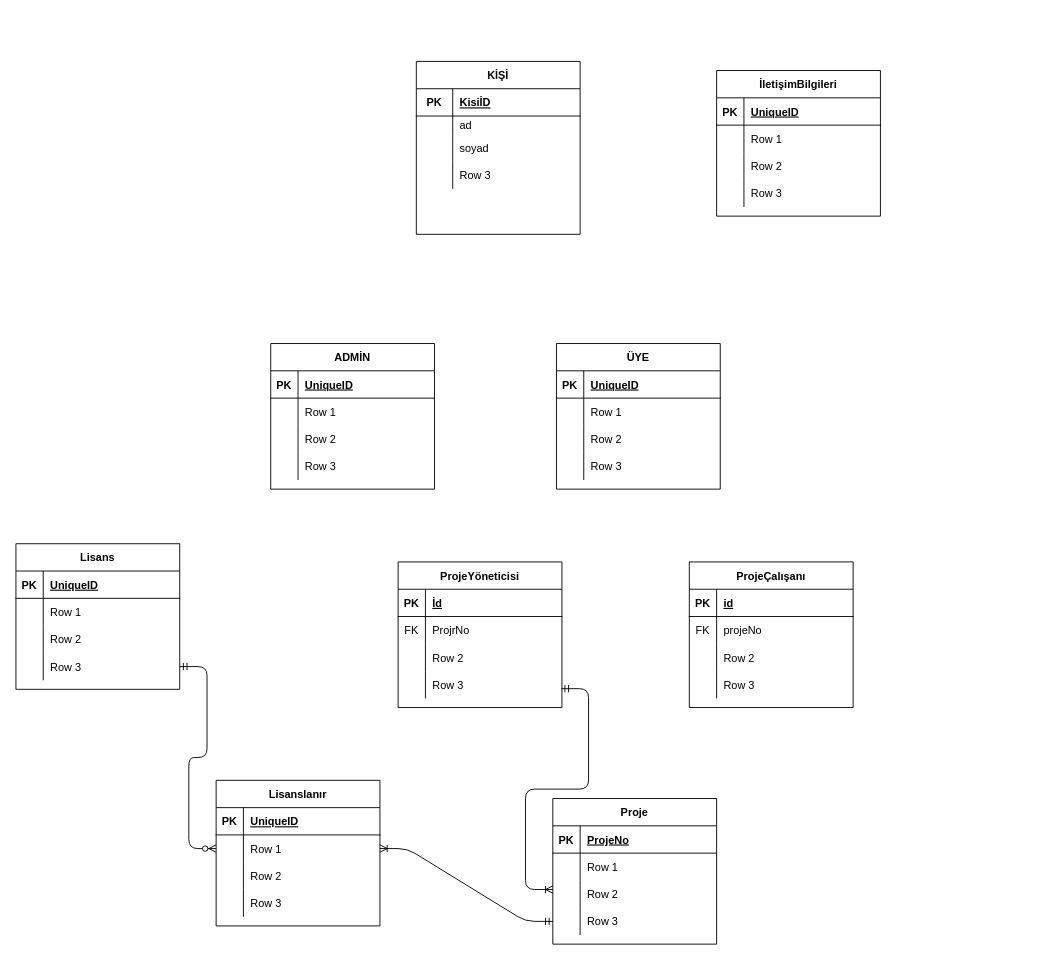
Above: Semboller/Untitled Diagram.drawio in derleyici/DatabaseManagementSystems (draw.io), before the change. Source tidied: cells renumbered, new cells numbered last; positions are measured from the earlier drawing's top-left corner, leaving out a move shared by most shapes. Both pictures are drawn from the tidied source at 91%, with x=0, y=0 at pixel (15, 61).
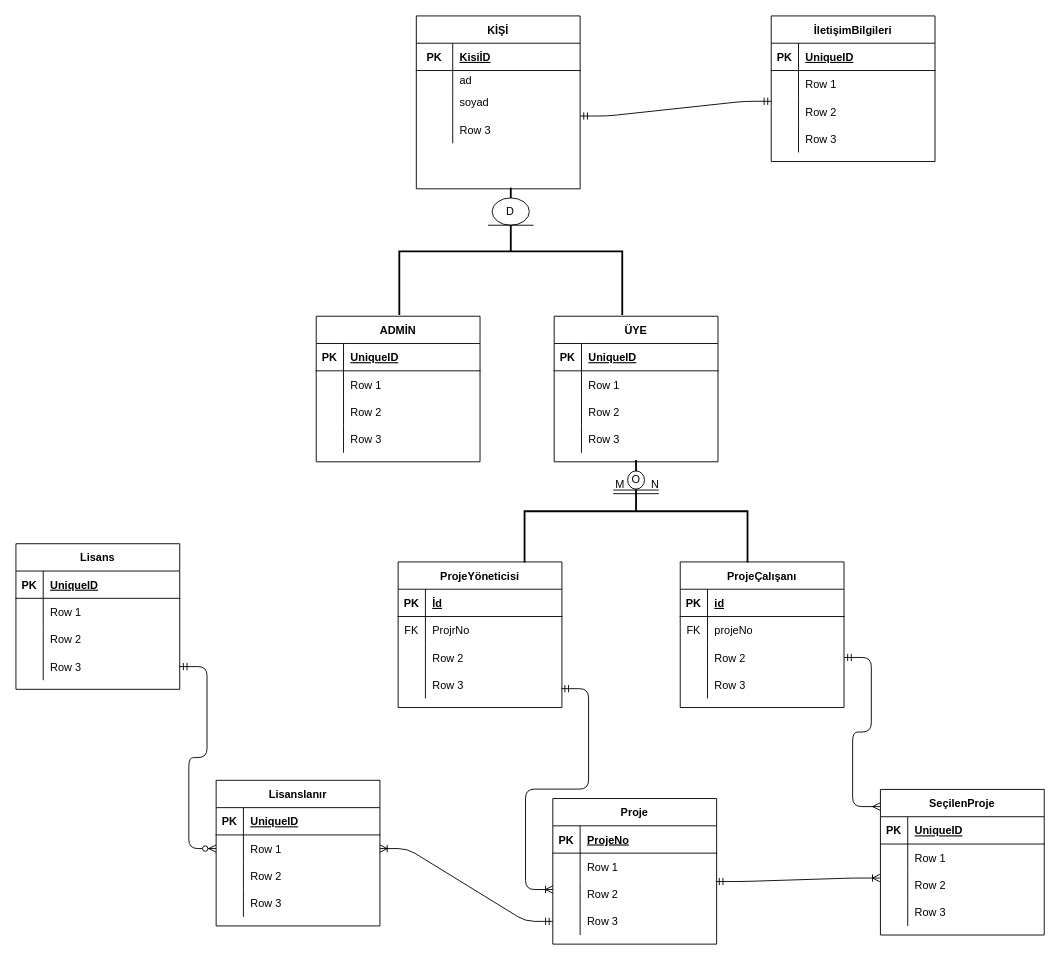
Above is the later version.

Unchanged cells that the change refers to:
```xml
<mxCell id="61" style="shape=partialRectangle;fillColor=none;top=0;left=0;bottom=0;right=0;points=[[0,0.5],[1,0.5]];portConstraint=eastwest;" parent="54" vertex="1">
  <mxGeometry y="90" width="180" height="30" as="geometry" />
</mxCell>
<mxCell id="74" style="shape=partialRectangle;fillColor=none;top=0;left=0;bottom=0;right=0;points=[[0,0.5],[1,0.5]];portConstraint=eastwest;" parent="67" vertex="1">
  <mxGeometry y="90" width="180" height="30" as="geometry" />
</mxCell>
<mxCell id="87" style="shape=partialRectangle;fillColor=none;top=0;left=0;bottom=0;right=0;points=[[0,0.5],[1,0.5]];portConstraint=eastwest;" parent="80" vertex="1">
  <mxGeometry y="90" width="180" height="30" as="geometry" />
</mxCell>
```

Diff of the diagram source:
```diff
@@
     <mxCell id="2" value="KİŞİ" style="shape=table;startSize=30;childLayout=tableLayout;rowLines=0;fontStyle=1;align=center;" parent="1" vertex="1">
-      <mxGeometry x="440" width="180" height="190" as="geometry" />
+      <mxGeometry x="440" y="-50" width="180" height="190" as="geometry" />
     </mxCell>
@@
     <mxCell id="15" value="ADMİN" style="shape=table;startSize=30;childLayout=tableLayout;rowLines=0;fontStyle=1;align=center;" parent="1" vertex="1">
-      <mxGeometry x="280" y="310" width="180" height="160" as="geometry" />
+      <mxGeometry x="330" y="280" width="180" height="160" as="geometry" />
     </mxCell>
@@
     <mxCell id="28" value="ÜYE" style="shape=table;startSize=30;childLayout=tableLayout;rowLines=0;fontStyle=1;align=center;" parent="1" vertex="1">
-      <mxGeometry x="594" y="310" width="180" height="160" as="geometry" />
+      <mxGeometry x="591.5" y="280" width="180" height="160" as="geometry" />
     </mxCell>
@@
     <mxCell id="54" value="ProjeÇalışanı" style="shape=table;startSize=30;childLayout=tableLayout;rowLines=0;fontStyle=1;align=center;" parent="1" vertex="1">
-      <mxGeometry x="740" y="550" width="180" height="160" as="geometry" />
+      <mxGeometry x="730" y="550" width="180" height="160" as="geometry" />
     </mxCell>
@@
     <mxCell id="80" value="İletişimBilgileri" style="shape=table;startSize=30;childLayout=tableLayout;rowLines=0;fontStyle=1;align=center;" parent="1" vertex="1">
-      <mxGeometry x="770" y="10" width="180" height="160" as="geometry" />
+      <mxGeometry x="830" y="-50" width="180" height="160" as="geometry" />
     </mxCell>
@@
+    <mxCell id="122" style="edgeStyle=entityRelationEdgeStyle;fontSize=12;html=1;endArrow=ERmany;startArrow=ERmandOne;entryX=-0.003;entryY=0.118;entryDx=0;entryDy=0;exitX=1;exitY=0.5;exitDx=0;exitDy=0;startFill=0;shadow=0;sketch=0;jumpStyle=none;entryPerimeter=0;" parent="1" edge="1" source="61" target="123">
+      <mxGeometry relative="1" as="geometry" />
+    </mxCell>
+    <mxCell id="123" value="SeçilenProje" style="shape=table;startSize=30;childLayout=tableLayout;rowLines=0;fontStyle=1;align=center;rounded=1;arcSize=0;" parent="1" vertex="1">
+      <mxGeometry x="950" y="800" width="180" height="160" as="geometry" />
+    </mxCell>
+    <mxCell id="124" style="shape=partialRectangle;fillColor=none;top=0;left=0;bottom=1;right=0;" parent="123" vertex="1">
+      <mxGeometry y="30" width="180" height="30" as="geometry" />
+    </mxCell>
+    <mxCell id="125" value="PK" style="shape=partialRectangle;fillColor=none;top=0;left=0;bottom=0;right=0;fontStyle=1;overflow=hidden;" parent="124" vertex="1">
+      <mxGeometry width="30" height="30" as="geometry" />
+    </mxCell>
+    <mxCell id="126" value="UniqueID" style="shape=partialRectangle;fillColor=none;top=0;left=0;bottom=0;right=0;align=left;spacingLeft=6;fontStyle=5;overflow=hidden;" parent="124" vertex="1">
+      <mxGeometry x="30" width="150" height="30" as="geometry" />
+    </mxCell>
+    <mxCell id="127" style="shape=partialRectangle;fillColor=none;top=0;left=0;bottom=0;right=0;" parent="123" vertex="1">
+      <mxGeometry y="60" width="180" height="30" as="geometry" />
+    </mxCell>
+    <mxCell id="128" style="shape=partialRectangle;fillColor=none;top=0;left=0;bottom=0;right=0;overflow=hidden;" parent="127" vertex="1">
+      <mxGeometry width="30" height="30" as="geometry" />
+    </mxCell>
+    <mxCell id="129" value="Row 1" style="shape=partialRectangle;fillColor=none;top=0;left=0;bottom=0;right=0;align=left;spacingLeft=6;overflow=hidden;" parent="127" vertex="1">
+      <mxGeometry x="30" width="150" height="30" as="geometry" />
+    </mxCell>
+    <mxCell id="130" style="shape=partialRectangle;fillColor=none;top=0;left=0;bottom=0;right=0;points=[[0,0.5],[1,0.5]];portConstraint=eastwest;" parent="123" vertex="1">
+      <mxGeometry y="90" width="180" height="30" as="geometry" />
+    </mxCell>
+    <mxCell id="131" style="shape=partialRectangle;fillColor=none;top=0;left=0;bottom=0;right=0;overflow=hidden;" parent="130" vertex="1">
+      <mxGeometry width="30" height="30" as="geometry" />
+    </mxCell>
+    <mxCell id="132" value="Row 2" style="shape=partialRectangle;fillColor=none;top=0;left=0;bottom=0;right=0;align=left;spacingLeft=6;overflow=hidden;" parent="130" vertex="1">
+      <mxGeometry x="30" width="150" height="30" as="geometry" />
+    </mxCell>
+    <mxCell id="133" style="shape=partialRectangle;fillColor=none;top=0;left=0;bottom=0;right=0;" parent="123" vertex="1">
+      <mxGeometry y="120" width="180" height="30" as="geometry" />
+    </mxCell>
+    <mxCell id="134" style="shape=partialRectangle;fillColor=none;top=0;left=0;bottom=0;right=0;overflow=hidden;" parent="133" vertex="1">
+      <mxGeometry width="30" height="30" as="geometry" />
+    </mxCell>
+    <mxCell id="135" value="Row 3" style="shape=partialRectangle;fillColor=none;top=0;left=0;bottom=0;right=0;align=left;spacingLeft=6;overflow=hidden;" parent="133" vertex="1">
+      <mxGeometry x="30" width="150" height="30" as="geometry" />
+    </mxCell>
+    <mxCell id="136" style="edgeStyle=entityRelationEdgeStyle;fontSize=12;html=1;endArrow=ERoneToMany;startArrow=ERmandOne;shadow=0;exitX=0.994;exitY=0.04;exitDx=0;exitDy=0;exitPerimeter=0;entryX=-0.004;entryY=0.246;entryDx=0;entryDy=0;entryPerimeter=0;" parent="1" edge="1" source="74" target="130">
+      <mxGeometry relative="1" as="geometry" />
+    </mxCell>
+    <mxCell id="137" style="strokeWidth=2;html=1;shape=mxgraph.flowchart.annotation_2;align=left;labelPosition=right;rounded=1;rotation=90;" parent="1" vertex="1">
+      <mxGeometry x="625.2" y="371.8" width="112.5" height="245" as="geometry" />
+    </mxCell>
+    <mxCell id="138" value="O" style="ellipse;whiteSpace=wrap;html=1;align=center;rounded=1;" parent="1" vertex="1">
+      <mxGeometry x="672.2" y="450" width="18.5" height="20" as="geometry" />
+    </mxCell>
+    <mxCell id="139" style="strokeWidth=2;html=1;shape=mxgraph.flowchart.annotation_2;align=left;labelPosition=right;rounded=1;rotation=90;" parent="1" vertex="1">
+      <mxGeometry x="473.8" y="86.2" width="140" height="245" as="geometry" />
+    </mxCell>
+    <mxCell id="140" style="edgeStyle=entityRelationEdgeStyle;fontSize=12;html=1;endArrow=ERmandOne;startArrow=ERmandOne;shadow=0;entryX=0.001;entryY=0.127;entryDx=0;entryDy=0;entryPerimeter=0;" parent="1" edge="1" target="87">
+      <mxGeometry relative="1" as="geometry">
+        <mxPoint x="620" y="60" as="sourcePoint" />
+      </mxGeometry>
+    </mxCell>
+    <mxCell id="141" value="D" style="ellipse;whiteSpace=wrap;html=1;align=center;rounded=1;" parent="1" vertex="1">
+      <mxGeometry x="523.3" y="150" width="40.9" height="30" as="geometry" />
+    </mxCell>
+    <mxCell id="142" style="endArrow=none;html=1;rounded=0;shadow=0;" parent="1" edge="1">
+      <mxGeometry relative="1" as="geometry">
+        <mxPoint x="518.8" y="180" as="sourcePoint" />
+        <mxPoint x="568.8" y="180" as="targetPoint" />
+      </mxGeometry>
+    </mxCell>
+    <mxCell id="143" style="shape=link;html=1;rounded=0;shadow=0;startArrow=ERmandOne;startFill=0;endArrow=ERmandOne;endFill=0;" parent="1" edge="1">
+      <mxGeometry relative="1" as="geometry">
+        <mxPoint x="656.5" y="473" as="sourcePoint" />
+        <mxPoint x="706.5" y="473" as="targetPoint" />
+      </mxGeometry>
+    </mxCell>
+    <mxCell id="144" value="M" style="html=1;align=left;verticalAlign=bottom;" parent="143" vertex="1">
+      <mxGeometry x="-1" relative="1" as="geometry" />
+    </mxCell>
+    <mxCell id="145" value="N" style="html=1;align=right;verticalAlign=bottom;" parent="143" vertex="1">
+      <mxGeometry x="1" relative="1" as="geometry" />
+    </mxCell>
```
